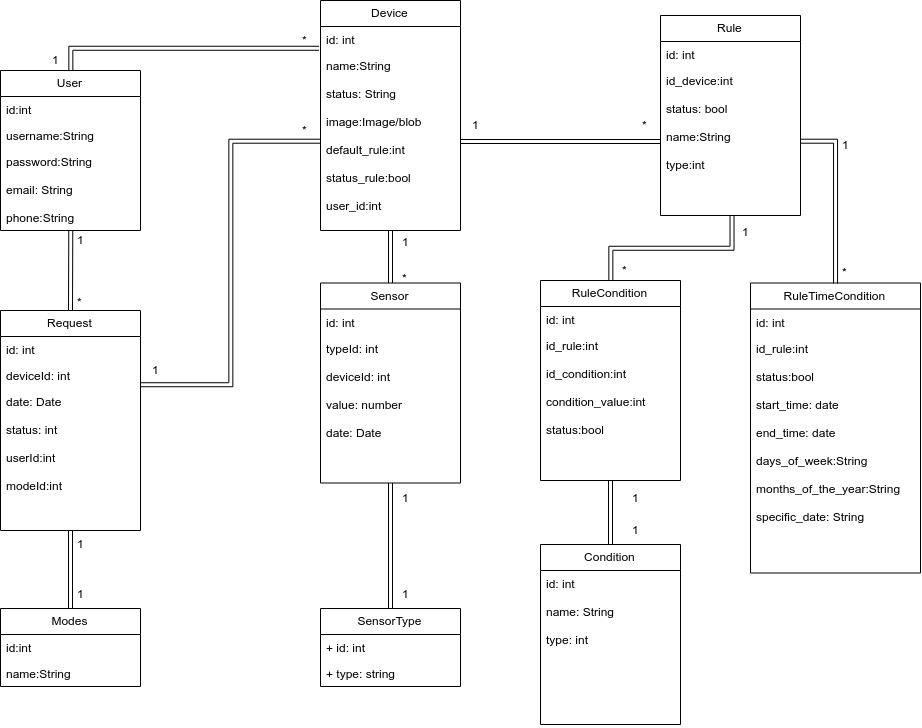
Above: Documentation/Sprint2/figures/ModelDeDades.png in GarduinoTeam/Garduino (draw.io), before the change. Source tidied: cells renumbered, new cells last; positions are measured from the earlier drawing's top-left corner, leaving out a move shared by most shapes.
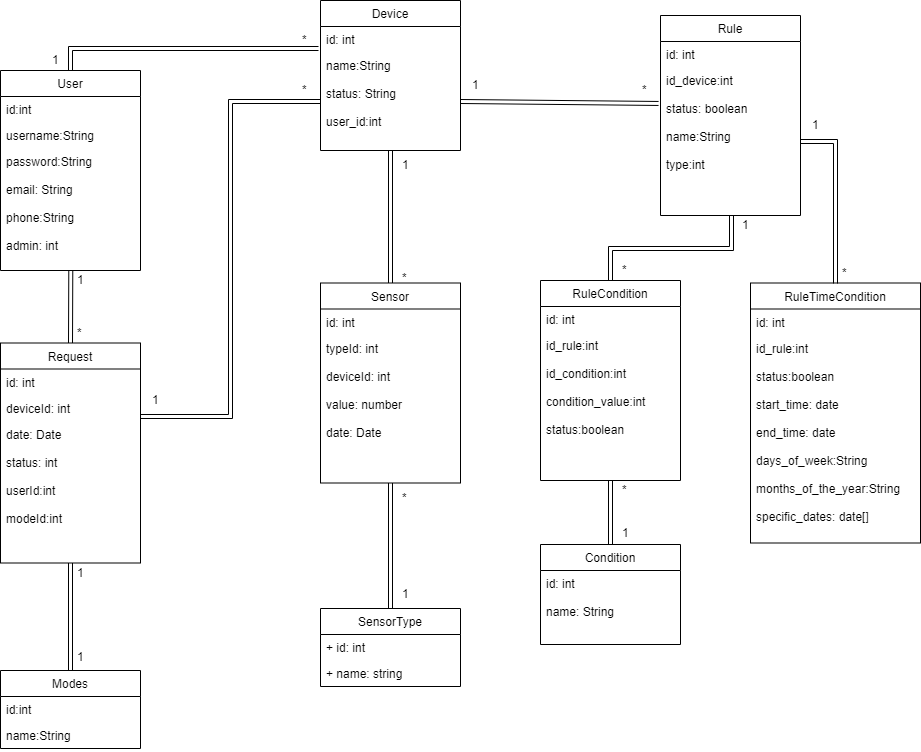
After the change.

Diff of the diagram source:
```diff
@@ -4,11 +4,11 @@
     <mxCell id="1" parent="0" />
-    <mxCell id="2" style="rounded=0;jettySize=auto;html=1;exitX=0.5;exitY=0;exitDx=0;exitDy=0;entryX=-0.014;entryY=0.846;entryDx=0;entryDy=0;entryPerimeter=0;shape=link;edgeStyle=orthogonalEdgeStyle;" parent="1" edge="1" source="3" target="8">
-      <mxGeometry relative="1" as="geometry" />
-    </mxCell>
+    <mxCell id="63" style="rounded=0;jettySize=auto;html=1;exitX=0.5;exitY=0;exitDx=0;exitDy=0;entryX=-0.014;entryY=0.846;entryDx=0;entryDy=0;entryPerimeter=0;shape=link;edgeStyle=orthogonalEdgeStyle;" parent="1" edge="1" source="3" target="66">
+      <mxGeometry relative="1" as="geometry" />
+    </mxCell>
     <mxCell id="3" value="User" style="swimlane;fontStyle=0;horizontal=1;startSize=26;fillColor=none;" parent="1" vertex="1">
-      <mxGeometry y="70" width="140" height="160" as="geometry" />
+      <mxGeometry y="70" width="140" height="200" as="geometry" />
     </mxCell>
-    <mxCell id="4" value="id:int" style="text;strokeColor=none;fillColor=none;align=left;verticalAlign=top;spacingLeft=4;spacingRight=4;overflow=hidden;" parent="3" vertex="1">
-      <mxGeometry y="26" width="140" height="26" as="geometry" />
-    </mxCell>
+    <mxCell id="64" value="id:int" style="text;strokeColor=none;fillColor=none;align=left;verticalAlign=top;spacingLeft=4;spacingRight=4;overflow=hidden;" parent="3" vertex="1">
+      <mxGeometry y="26" width="140" height="26" as="geometry" />
+    </mxCell>
     <mxCell id="5" value="username:String" style="text;strokeColor=none;fillColor=none;align=left;verticalAlign=top;spacingLeft=4;spacingRight=4;overflow=hidden;" parent="3" vertex="1">
@@ -16,19 +16,19 @@
     </mxCell>
-    <mxCell id="6" value="password:String&#10;&#10;email: String&#10;&#10;phone:String" style="text;strokeColor=none;fillColor=none;align=left;verticalAlign=top;spacingLeft=4;spacingRight=4;overflow=hidden;points=[[0,0.5],[1,0.5]];portConstraint=eastwest;" parent="3" vertex="1">
-      <mxGeometry y="78" width="140" height="82" as="geometry" />
-    </mxCell>
+    <mxCell id="65" value="password:String&#10;&#10;email: String&#10;&#10;phone:String&#10;&#10;admin: int&#10;" style="text;strokeColor=none;fillColor=none;align=left;verticalAlign=top;spacingLeft=4;spacingRight=4;overflow=hidden;points=[[0,0.5],[1,0.5]];portConstraint=eastwest;" parent="3" vertex="1">
+      <mxGeometry y="78" width="140" height="122" as="geometry" />
+    </mxCell>
     <mxCell id="7" value="Device" style="swimlane;fontStyle=0;horizontal=1;startSize=26;fillColor=none;" parent="1" vertex="1">
-      <mxGeometry x="320" width="140" height="230" as="geometry" />
+      <mxGeometry x="320" width="140" height="150" as="geometry" />
     </mxCell>
-    <mxCell id="8" value="id: int" style="text;strokeColor=none;fillColor=none;align=left;verticalAlign=top;spacingLeft=4;spacingRight=4;overflow=hidden;points=[[0,0.5],[1,0.5]];portConstraint=eastwest;" parent="7" vertex="1">
-      <mxGeometry y="26" width="140" height="26" as="geometry" />
-    </mxCell>
-    <mxCell id="9" value="name:String&#10;&#10;status: String&#10;&#10;image:Image/blob&#10;&#10;default_rule:int&#10;&#10;status_rule:bool&#10;&#10;user_id:int&#10;" style="text;strokeColor=none;fillColor=none;align=left;verticalAlign=top;spacingLeft=4;spacingRight=4;overflow=hidden;points=[[0,0.5],[1,0.5]];portConstraint=eastwest;" parent="7" vertex="1">
-      <mxGeometry y="52" width="140" height="178" as="geometry" />
-    </mxCell>
-    <mxCell id="10" style="edgeStyle=none;shape=link;rounded=0;jettySize=auto;html=1;exitX=0.5;exitY=0;exitDx=0;exitDy=0;entryX=0.502;entryY=1.003;entryDx=0;entryDy=0;entryPerimeter=0;" parent="1" edge="1" source="11" target="6">
-      <mxGeometry relative="1" as="geometry" />
-    </mxCell>
+    <mxCell id="66" value="id: int" style="text;strokeColor=none;fillColor=none;align=left;verticalAlign=top;spacingLeft=4;spacingRight=4;overflow=hidden;points=[[0,0.5],[1,0.5]];portConstraint=eastwest;" parent="7" vertex="1">
+      <mxGeometry y="26" width="140" height="26" as="geometry" />
+    </mxCell>
+    <mxCell id="67" value="name:String&#10;&#10;status: String&#10;&#10;user_id:int&#10;" style="text;strokeColor=none;fillColor=none;align=left;verticalAlign=top;spacingLeft=4;spacingRight=4;overflow=hidden;points=[[0,0.5],[1,0.5]];portConstraint=eastwest;" parent="7" vertex="1">
+      <mxGeometry y="52" width="140" height="98" as="geometry" />
+    </mxCell>
+    <mxCell id="68" style="edgeStyle=none;shape=link;rounded=0;jettySize=auto;html=1;exitX=0.5;exitY=0;exitDx=0;exitDy=0;entryX=0.502;entryY=1.003;entryDx=0;entryDy=0;entryPerimeter=0;" parent="1" edge="1" source="11" target="65">
+      <mxGeometry relative="1" as="geometry" />
+    </mxCell>
     <mxCell id="11" value="Request" style="swimlane;fontStyle=0;horizontal=1;startSize=26;fillColor=none;" parent="1" vertex="1">
-      <mxGeometry y="310" width="140" height="220" as="geometry" />
+      <mxGeometry y="342.5" width="140" height="220" as="geometry" />
     </mxCell>
@@ -43,5 +43,5 @@
     </mxCell>
-    <mxCell id="15" style="edgeStyle=none;shape=link;rounded=0;jettySize=auto;html=1;exitX=0.5;exitY=0;exitDx=0;exitDy=0;" parent="1" edge="1" source="16" target="9">
-      <mxGeometry relative="1" as="geometry" />
-    </mxCell>
+    <mxCell id="69" style="edgeStyle=none;shape=link;rounded=0;jettySize=auto;html=1;exitX=0.5;exitY=0;exitDx=0;exitDy=0;" parent="1" edge="1" source="16" target="67">
+      <mxGeometry relative="1" as="geometry" />
+    </mxCell>
     <mxCell id="16" value="Sensor" style="swimlane;fontStyle=0;horizontal=1;startSize=26;fillColor=none;" parent="1" vertex="1">
@@ -49,5 +49,5 @@
     </mxCell>
-    <mxCell id="17" value="id: int" style="text;strokeColor=none;fillColor=none;align=left;verticalAlign=top;spacingLeft=4;spacingRight=4;overflow=hidden;" parent="16" vertex="1">
-      <mxGeometry y="26" width="140" height="26" as="geometry" />
-    </mxCell>
+    <mxCell id="70" value="id: int" style="text;strokeColor=none;fillColor=none;align=left;verticalAlign=top;spacingLeft=4;spacingRight=4;overflow=hidden;" parent="16" vertex="1">
+      <mxGeometry y="26" width="140" height="26" as="geometry" />
+    </mxCell>
     <mxCell id="18" value="typeId: int&#10;&#10;deviceId: int&#10;&#10;value: number&#10;&#10;date: Date" style="text;strokeColor=none;fillColor=none;align=left;verticalAlign=top;spacingLeft=4;spacingRight=4;overflow=hidden;points=[[0,0.5],[1,0.5]];portConstraint=eastwest;" parent="16" vertex="1">
@@ -64,8 +64,8 @@
     </mxCell>
-    <mxCell id="22" value="+ type: string" style="text;strokeColor=none;fillColor=none;align=left;verticalAlign=top;spacingLeft=4;spacingRight=4;overflow=hidden;" parent="20" vertex="1">
-      <mxGeometry y="52" width="140" height="26" as="geometry" />
-    </mxCell>
-    <mxCell id="23" style="edgeStyle=orthogonalEdgeStyle;shape=link;rounded=0;jettySize=auto;html=1;exitX=0;exitY=0.5;exitDx=0;exitDy=0;entryX=0.999;entryY=-0.029;entryDx=0;entryDy=0;entryPerimeter=0;" parent="1" edge="1" source="9" target="14">
-      <mxGeometry relative="1" as="geometry" />
-    </mxCell>
+    <mxCell id="71" value="+ name: string" style="text;strokeColor=none;fillColor=none;align=left;verticalAlign=top;spacingLeft=4;spacingRight=4;overflow=hidden;" parent="20" vertex="1">
+      <mxGeometry y="52" width="140" height="26" as="geometry" />
+    </mxCell>
+    <mxCell id="72" style="edgeStyle=orthogonalEdgeStyle;shape=link;rounded=0;jettySize=auto;html=1;exitX=0;exitY=0.5;exitDx=0;exitDy=0;entryX=0.999;entryY=-0.029;entryDx=0;entryDy=0;entryPerimeter=0;" parent="1" edge="1" source="67" target="14">
+      <mxGeometry relative="1" as="geometry" />
+    </mxCell>
     <mxCell id="24" value="1" style="text;html=1;align=left;verticalAlign=top;spacingTop=-4;" parent="1" vertex="1">
@@ -76,11 +76,11 @@
     </mxCell>
-    <mxCell id="26" value="1" style="text;html=1;align=left;verticalAlign=top;spacingTop=-4;" parent="1" vertex="1">
-      <mxGeometry x="75" y="230" width="20" height="20" as="geometry" />
-    </mxCell>
-    <mxCell id="27" value="*" style="text;html=1;align=left;verticalAlign=top;spacingTop=-4;" parent="1" vertex="1">
-      <mxGeometry x="75" y="292.5" width="20" height="20" as="geometry" />
-    </mxCell>
-    <mxCell id="28" value="1" style="text;html=1;align=left;verticalAlign=top;spacingTop=-4;" parent="1" vertex="1">
-      <mxGeometry x="150" y="360" width="20" height="20" as="geometry" />
-    </mxCell>
+    <mxCell id="73" value="1" style="text;html=1;align=left;verticalAlign=top;spacingTop=-4;" parent="1" vertex="1">
+      <mxGeometry x="75" y="270" width="20" height="20" as="geometry" />
+    </mxCell>
+    <mxCell id="74" value="*" style="text;html=1;align=left;verticalAlign=top;spacingTop=-4;" parent="1" vertex="1">
+      <mxGeometry x="75" y="322.5" width="20" height="20" as="geometry" />
+    </mxCell>
+    <mxCell id="75" value="1" style="text;html=1;align=left;verticalAlign=top;spacingTop=-4;" parent="1" vertex="1">
+      <mxGeometry x="150" y="390" width="20" height="20" as="geometry" />
+    </mxCell>
     <mxCell id="29" value="Rule" style="swimlane;fontStyle=0;horizontal=1;startSize=26;fillColor=none;" parent="1" vertex="1">
@@ -88,11 +88,11 @@
     </mxCell>
-    <mxCell id="30" value="id: int" style="text;strokeColor=none;fillColor=none;align=left;verticalAlign=top;spacingLeft=4;spacingRight=4;overflow=hidden;" parent="29" vertex="1">
-      <mxGeometry y="26" width="140" height="26" as="geometry" />
-    </mxCell>
-    <mxCell id="31" value="id_device:int&#10;&#10;status: bool&#10;&#10;name:String&#10;&#10;type:int&#10;" style="text;strokeColor=none;fillColor=none;align=left;verticalAlign=top;spacingLeft=4;spacingRight=4;overflow=hidden;points=[[0,0.5],[1,0.5]];portConstraint=eastwest;" parent="29" vertex="1">
-      <mxGeometry y="52" width="140" height="148" as="geometry" />
-    </mxCell>
-    <mxCell id="32" style="edgeStyle=orthogonalEdgeStyle;shape=link;rounded=0;jettySize=auto;html=1;exitX=0.5;exitY=0;exitDx=0;exitDy=0;entryX=0.507;entryY=1;entryDx=0;entryDy=0;entryPerimeter=0;" parent="1" edge="1" source="33" target="31">
-      <mxGeometry relative="1" as="geometry" />
-    </mxCell>
+    <mxCell id="76" value="id: int" style="text;strokeColor=none;fillColor=none;align=left;verticalAlign=top;spacingLeft=4;spacingRight=4;overflow=hidden;" parent="29" vertex="1">
+      <mxGeometry y="26" width="140" height="26" as="geometry" />
+    </mxCell>
+    <mxCell id="77" value="id_device:int&#10;&#10;status: boolean&#10;&#10;name:String&#10;&#10;type:int&#10;" style="text;strokeColor=none;fillColor=none;align=left;verticalAlign=top;spacingLeft=4;spacingRight=4;overflow=hidden;points=[[0,0.5],[1,0.5]];portConstraint=eastwest;" parent="29" vertex="1">
+      <mxGeometry y="52" width="140" height="148" as="geometry" />
+    </mxCell>
+    <mxCell id="78" style="edgeStyle=orthogonalEdgeStyle;shape=link;rounded=0;jettySize=auto;html=1;exitX=0.5;exitY=0;exitDx=0;exitDy=0;entryX=0.507;entryY=1;entryDx=0;entryDy=0;entryPerimeter=0;" parent="1" edge="1" source="33" target="77">
+      <mxGeometry relative="1" as="geometry" />
+    </mxCell>
     <mxCell id="33" value="RuleCondition" style="swimlane;fontStyle=0;horizontal=1;startSize=26;fillColor=none;" parent="1" vertex="1">
@@ -100,22 +100,22 @@
     </mxCell>
-    <mxCell id="34" value="id: int" style="text;strokeColor=none;fillColor=none;align=left;verticalAlign=top;spacingLeft=4;spacingRight=4;overflow=hidden;" parent="33" vertex="1">
-      <mxGeometry y="26" width="140" height="26" as="geometry" />
-    </mxCell>
-    <mxCell id="35" value="id_rule:int&#10;&#10;id_condition:int &#10;&#10;condition_value:int&#10;&#10;status:bool&#10;&#10;&#10;" style="text;strokeColor=none;fillColor=none;align=left;verticalAlign=top;spacingLeft=4;spacingRight=4;overflow=hidden;points=[[0,0.5],[1,0.5]];portConstraint=eastwest;" parent="33" vertex="1">
-      <mxGeometry y="52" width="140" height="148" as="geometry" />
-    </mxCell>
-    <mxCell id="36" style="edgeStyle=none;shape=link;rounded=0;jettySize=auto;html=1;exitX=0.5;exitY=0;exitDx=0;exitDy=0;" parent="1" edge="1" source="37" target="35">
-      <mxGeometry relative="1" as="geometry" />
-    </mxCell>
+    <mxCell id="79" value="id: int" style="text;strokeColor=none;fillColor=none;align=left;verticalAlign=top;spacingLeft=4;spacingRight=4;overflow=hidden;" parent="33" vertex="1">
+      <mxGeometry y="26" width="140" height="26" as="geometry" />
+    </mxCell>
+    <mxCell id="80" value="id_rule:int&#10;&#10;id_condition:int &#10;&#10;condition_value:int&#10;&#10;status:boolean&#10;&#10;&#10;" style="text;strokeColor=none;fillColor=none;align=left;verticalAlign=top;spacingLeft=4;spacingRight=4;overflow=hidden;points=[[0,0.5],[1,0.5]];portConstraint=eastwest;" parent="33" vertex="1">
+      <mxGeometry y="52" width="140" height="148" as="geometry" />
+    </mxCell>
+    <mxCell id="81" style="edgeStyle=none;shape=link;rounded=0;jettySize=auto;html=1;exitX=0.5;exitY=0;exitDx=0;exitDy=0;" parent="1" edge="1" source="37" target="80">
+      <mxGeometry relative="1" as="geometry" />
+    </mxCell>
     <mxCell id="37" value="Condition" style="swimlane;fontStyle=0;horizontal=1;startSize=26;fillColor=none;" parent="1" vertex="1">
-      <mxGeometry x="540" y="544" width="140" height="180" as="geometry" />
+      <mxGeometry x="540" y="544" width="140" height="100" as="geometry" />
     </mxCell>
-    <mxCell id="38" value="id: int&#10;&#10;name: String&#10;&#10;type: int" style="text;strokeColor=none;fillColor=none;align=left;verticalAlign=top;spacingLeft=4;spacingRight=4;overflow=hidden;" parent="37" vertex="1">
-      <mxGeometry y="26" width="140" height="154" as="geometry" />
-    </mxCell>
-    <mxCell id="39" style="edgeStyle=orthogonalEdgeStyle;shape=link;rounded=0;jettySize=auto;html=1;exitX=0.5;exitY=0;exitDx=0;exitDy=0;entryX=1;entryY=0.5;entryDx=0;entryDy=0;" parent="1" edge="1" source="40" target="31">
-      <mxGeometry relative="1" as="geometry" />
-    </mxCell>
+    <mxCell id="82" value="id: int&#10;&#10;name: String&#10;&#10;" style="text;strokeColor=none;fillColor=none;align=left;verticalAlign=top;spacingLeft=4;spacingRight=4;overflow=hidden;" parent="37" vertex="1">
+      <mxGeometry y="26" width="140" height="74" as="geometry" />
+    </mxCell>
+    <mxCell id="83" style="edgeStyle=orthogonalEdgeStyle;shape=link;rounded=0;jettySize=auto;html=1;exitX=0.5;exitY=0;exitDx=0;exitDy=0;entryX=1;entryY=0.5;entryDx=0;entryDy=0;" parent="1" edge="1" source="40" target="77">
+      <mxGeometry relative="1" as="geometry" />
+    </mxCell>
     <mxCell id="40" value="RuleTimeCondition" style="swimlane;fontStyle=0;horizontal=1;startSize=26;fillColor=none;" parent="1" vertex="1">
-      <mxGeometry x="750" y="282.5" width="170" height="290" as="geometry" />
+      <mxGeometry x="750" y="282.5" width="170" height="260" as="geometry" />
     </mxCell>
@@ -124,14 +124,14 @@
     </mxCell>
-    <mxCell id="42" value="id_rule:int&#10;&#10;status:bool&#10;&#10;start_time: date&#10;&#10;end_time: date&#10;&#10;days_of_week:String&#10;&#10;months_of_the_year:String&#10;&#10;specific_date: String&#10;&#10;" style="text;strokeColor=none;fillColor=none;align=left;verticalAlign=top;spacingLeft=4;spacingRight=4;overflow=hidden;" parent="40" vertex="1">
-      <mxGeometry y="52" width="170" height="238" as="geometry" />
-    </mxCell>
-    <mxCell id="43" value="1" style="text;html=1;align=left;verticalAlign=top;spacingTop=-4;" parent="1" vertex="1">
-      <mxGeometry x="470" y="115" width="20" height="20" as="geometry" />
-    </mxCell>
-    <mxCell id="44" value="*" style="text;html=1;align=left;verticalAlign=top;spacingTop=-4;" parent="1" vertex="1">
-      <mxGeometry x="640" y="115" width="20" height="20" as="geometry" />
-    </mxCell>
-    <mxCell id="45" value="1" style="text;html=1;align=left;verticalAlign=top;spacingTop=-4;" parent="1" vertex="1">
-      <mxGeometry x="840" y="135" width="20" height="20" as="geometry" />
-    </mxCell>
+    <mxCell id="84" value="id_rule:int&#10;&#10;status:boolean&#10;&#10;start_time: date&#10;&#10;end_time: date&#10;&#10;days_of_week:String&#10;&#10;months_of_the_year:String&#10;&#10;specific_dates: date[]&#10;&#10;" style="text;strokeColor=none;fillColor=none;align=left;verticalAlign=top;spacingLeft=4;spacingRight=4;overflow=hidden;" parent="40" vertex="1">
+      <mxGeometry y="52" width="170" height="208" as="geometry" />
+    </mxCell>
+    <mxCell id="85" value="1" style="text;html=1;align=left;verticalAlign=top;spacingTop=-4;" parent="1" vertex="1">
+      <mxGeometry x="470" y="75" width="20" height="20" as="geometry" />
+    </mxCell>
+    <mxCell id="86" value="*" style="text;html=1;align=left;verticalAlign=top;spacingTop=-4;" parent="1" vertex="1">
+      <mxGeometry x="640" y="80" width="20" height="20" as="geometry" />
+    </mxCell>
+    <mxCell id="87" value="1" style="text;html=1;align=left;verticalAlign=top;spacingTop=-4;" parent="1" vertex="1">
+      <mxGeometry x="810" y="115" width="20" height="20" as="geometry" />
+    </mxCell>
     <mxCell id="46" value="*" style="text;html=1;align=left;verticalAlign=top;spacingTop=-4;" parent="1" vertex="1">
@@ -139,5 +139,5 @@
     </mxCell>
-    <mxCell id="47" value="1" style="text;html=1;align=left;verticalAlign=top;spacingTop=-4;" parent="1" vertex="1">
-      <mxGeometry x="740" y="222" width="20" height="20" as="geometry" />
-    </mxCell>
+    <mxCell id="88" value="1" style="text;html=1;align=left;verticalAlign=top;spacingTop=-4;" parent="1" vertex="1">
+      <mxGeometry x="740" y="215" width="20" height="20" as="geometry" />
+    </mxCell>
     <mxCell id="48" value="*" style="text;html=1;align=left;verticalAlign=top;spacingTop=-4;" parent="1" vertex="1">
@@ -145,11 +145,11 @@
     </mxCell>
-    <mxCell id="49" value="1" style="text;html=1;align=left;verticalAlign=top;spacingTop=-4;" parent="1" vertex="1">
-      <mxGeometry x="630" y="520" width="20" height="20" as="geometry" />
-    </mxCell>
-    <mxCell id="50" value="1" style="text;html=1;align=left;verticalAlign=top;spacingTop=-4;" parent="1" vertex="1">
-      <mxGeometry x="630" y="488" width="20" height="20" as="geometry" />
-    </mxCell>
-    <mxCell id="51" value="1" style="text;html=1;align=left;verticalAlign=top;spacingTop=-4;" parent="1" vertex="1">
-      <mxGeometry x="400" y="232" width="20" height="20" as="geometry" />
-    </mxCell>
+    <mxCell id="89" value="1" style="text;html=1;align=left;verticalAlign=top;spacingTop=-4;" parent="1" vertex="1">
+      <mxGeometry x="620" y="522.5" width="20" height="20" as="geometry" />
+    </mxCell>
+    <mxCell id="90" value="*" style="text;html=1;align=left;verticalAlign=top;spacingTop=-4;" parent="1" vertex="1">
+      <mxGeometry x="620" y="480" width="20" height="20" as="geometry" />
+    </mxCell>
+    <mxCell id="91" value="1" style="text;html=1;align=left;verticalAlign=top;spacingTop=-4;" parent="1" vertex="1">
+      <mxGeometry x="400" y="155" width="20" height="20" as="geometry" />
+    </mxCell>
     <mxCell id="52" value="*" style="text;html=1;align=left;verticalAlign=top;spacingTop=-4;" parent="1" vertex="1">
@@ -157,14 +157,14 @@
     </mxCell>
-    <mxCell id="53" value="1" style="text;html=1;align=left;verticalAlign=top;spacingTop=-4;" parent="1" vertex="1">
-      <mxGeometry x="400" y="488" width="20" height="20" as="geometry" />
-    </mxCell>
-    <mxCell id="54" value="1" style="text;html=1;align=left;verticalAlign=top;spacingTop=-4;" parent="1" vertex="1">
-      <mxGeometry x="75" y="534" width="20" height="20" as="geometry" />
-    </mxCell>
-    <mxCell id="55" value="*" style="text;html=1;align=left;verticalAlign=top;spacingTop=-4;" parent="1" vertex="1">
-      <mxGeometry x="300" y="120" width="20" height="20" as="geometry" />
-    </mxCell>
-    <mxCell id="56" style="edgeStyle=none;shape=link;rounded=0;jettySize=auto;html=1;exitX=1;exitY=0.5;exitDx=0;exitDy=0;entryX=0;entryY=0.5;entryDx=0;entryDy=0;" parent="1" edge="1" source="9" target="31">
-      <mxGeometry relative="1" as="geometry" />
-    </mxCell>
+    <mxCell id="92" value="*" style="text;html=1;align=left;verticalAlign=top;spacingTop=-4;" parent="1" vertex="1">
+      <mxGeometry x="400" y="488" width="20" height="20" as="geometry" />
+    </mxCell>
+    <mxCell id="93" value="1" style="text;html=1;align=left;verticalAlign=top;spacingTop=-4;" parent="1" vertex="1">
+      <mxGeometry x="75" y="562.5" width="20" height="20" as="geometry" />
+    </mxCell>
+    <mxCell id="94" value="*" style="text;html=1;align=left;verticalAlign=top;spacingTop=-4;" parent="1" vertex="1">
+      <mxGeometry x="300" y="80" width="20" height="20" as="geometry" />
+    </mxCell>
+    <mxCell id="95" style="edgeStyle=none;shape=link;rounded=0;jettySize=auto;html=1;exitX=1;exitY=0.5;exitDx=0;exitDy=0;entryX=-0.014;entryY=0.243;entryDx=0;entryDy=0;entryPerimeter=0;" parent="1" edge="1" source="67" target="77">
+      <mxGeometry relative="1" as="geometry" />
+    </mxCell>
     <mxCell id="57" style="edgeStyle=none;shape=link;rounded=0;jettySize=auto;html=1;exitX=0.5;exitY=0;exitDx=0;exitDy=0;" parent="1" edge="1" source="58" target="14">
@@ -173,7 +173,7 @@
     <mxCell id="58" value="Modes" style="swimlane;fontStyle=0;horizontal=1;startSize=26;fillColor=none;" parent="1" vertex="1">
-      <mxGeometry y="608" width="140" height="78" as="geometry" />
+      <mxGeometry y="670" width="140" height="78" as="geometry" />
     </mxCell>
-    <mxCell id="59" value="id:int" style="text;strokeColor=none;fillColor=none;align=left;verticalAlign=top;spacingLeft=4;spacingRight=4;overflow=hidden;" parent="58" vertex="1">
-      <mxGeometry y="26" width="140" height="26" as="geometry" />
-    </mxCell>
+    <mxCell id="96" value="id:int" style="text;strokeColor=none;fillColor=none;align=left;verticalAlign=top;spacingLeft=4;spacingRight=4;overflow=hidden;" parent="58" vertex="1">
+      <mxGeometry y="26" width="140" height="26" as="geometry" />
+    </mxCell>
     <mxCell id="60" value="name:String" style="text;strokeColor=none;fillColor=none;align=left;verticalAlign=top;spacingLeft=4;spacingRight=4;overflow=hidden;" parent="58" vertex="1">
@@ -181,5 +181,5 @@
     </mxCell>
-    <mxCell id="61" value="1" style="text;html=1;align=left;verticalAlign=top;spacingTop=-4;" parent="1" vertex="1">
-      <mxGeometry x="75" y="584" width="20" height="20" as="geometry" />
-    </mxCell>
+    <mxCell id="97" value="1" style="text;html=1;align=left;verticalAlign=top;spacingTop=-4;" parent="1" vertex="1">
+      <mxGeometry x="75" y="647" width="20" height="20" as="geometry" />
+    </mxCell>
     <mxCell id="62" value="1" style="text;html=1;align=left;verticalAlign=top;spacingTop=-4;" parent="1" vertex="1">
```
